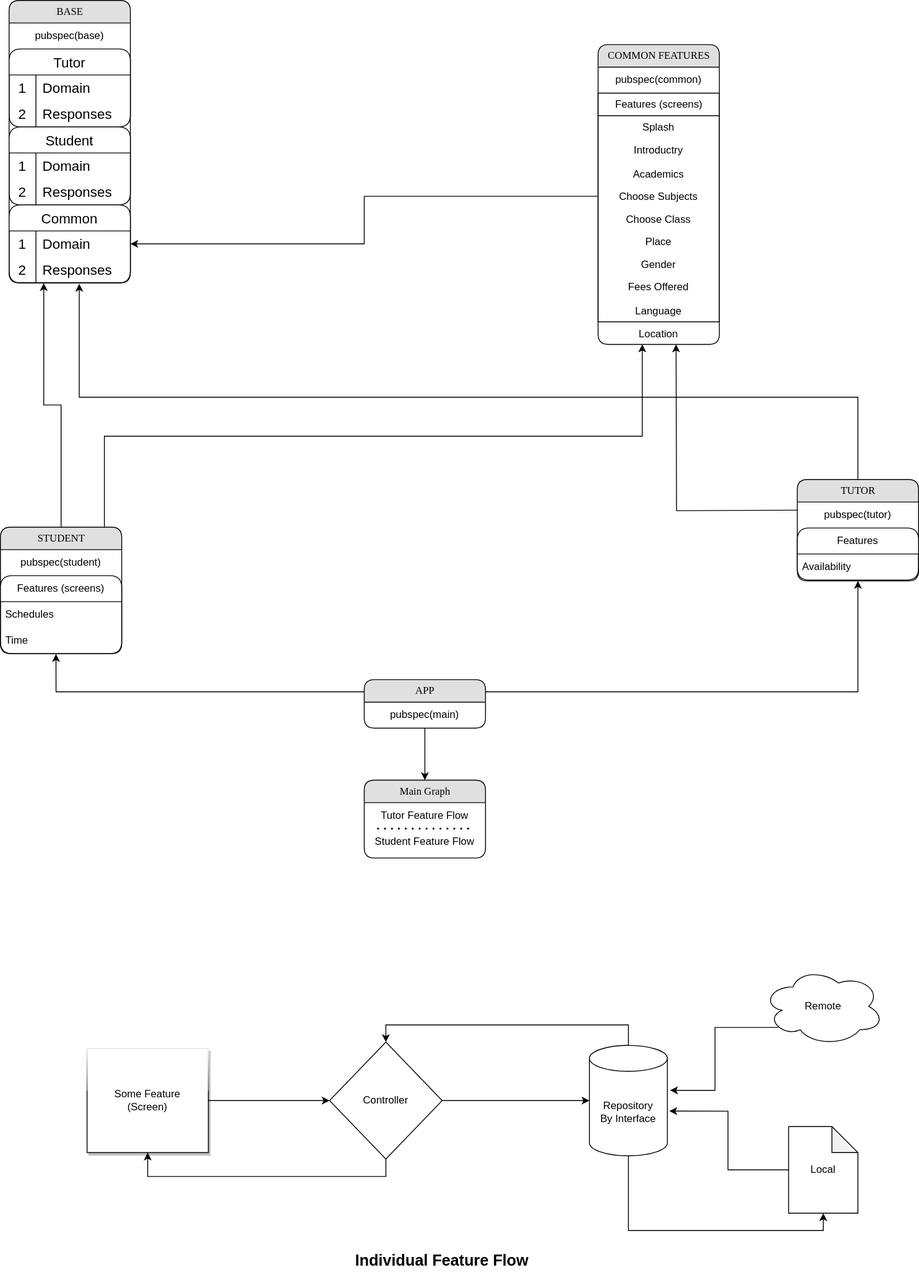
Before: tutor_student_app_architechture.drawio.svg, a diagram exported from draw.io (rohit7823/web_socket_example). Source tidied: cells renumbered, new cells last; positions are measured from the earlier drawing's top-left corner, leaving out a move shared by most shapes.
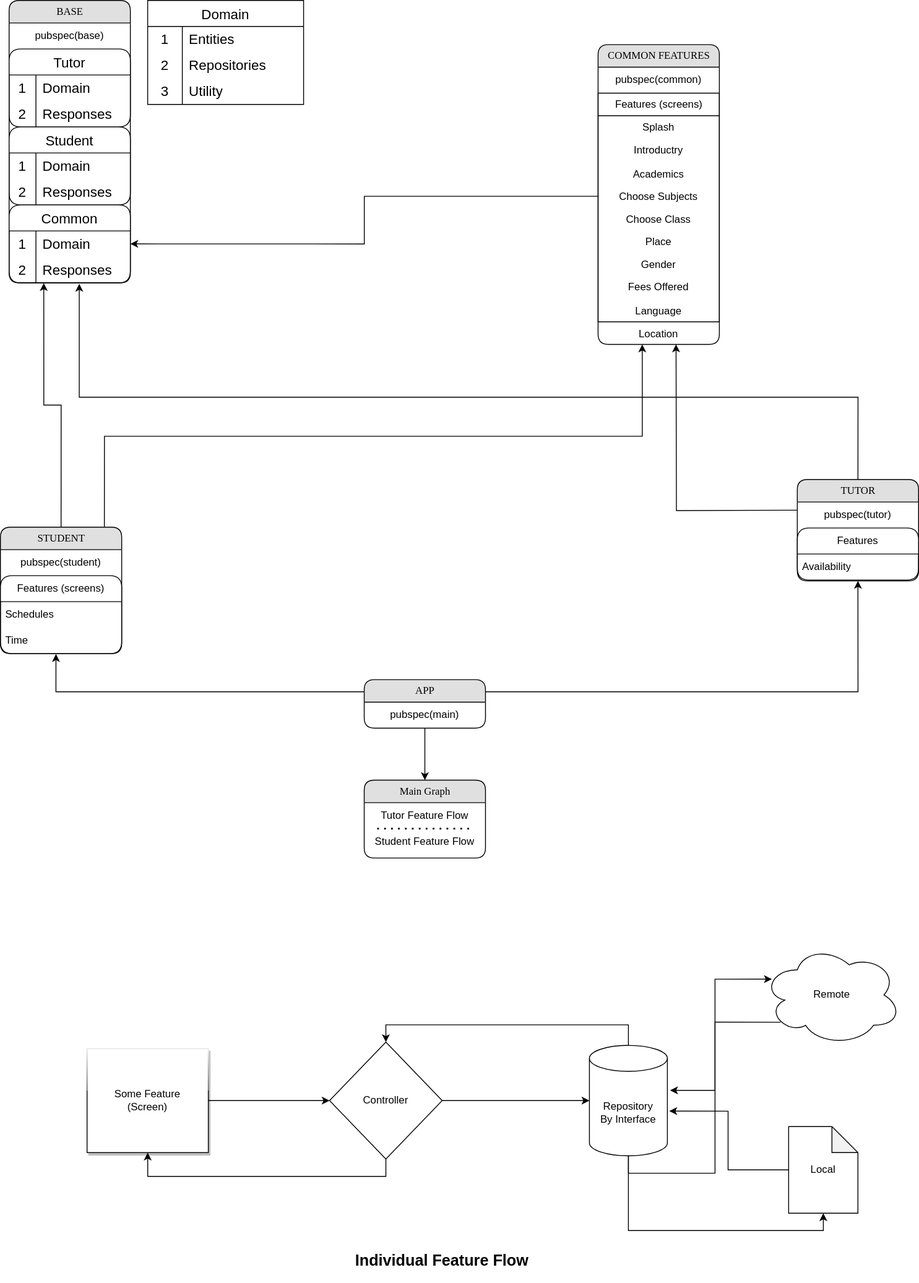
After the commit.

Diff of the diagram source:
```diff
@@ -223,7 +223,7 @@
       <mxGeometry x="680" y="1206.2" width="90" height="127.5" as="geometry" />
     </mxCell>
     <mxCell id="67" value="Remote" style="ellipse;shape=cloud;whiteSpace=wrap;html=1;" parent="1" vertex="1">
-      <mxGeometry x="880" y="1116.2" width="140" height="90" as="geometry" />
+      <mxGeometry x="880" y="1090" width="160" height="116.2" as="geometry" />
     </mxCell>
     <mxCell id="68" value="Local" style="shape=note;whiteSpace=wrap;html=1;backgroundOutline=1;darkOpacity=0.05;" parent="1" vertex="1">
       <mxGeometry x="910" y="1300" width="80" height="100" as="geometry" />
@@ -243,5 +243,38 @@
     <mxCell id="73" style="edgeStyle=orthogonalEdgeStyle;rounded=0;jettySize=auto;html=1;exitX=0.5;exitY=1;exitDx=0;exitDy=0;exitPerimeter=0;entryX=0.5;entryY=1;entryDx=0;entryDy=0;entryPerimeter=0;" parent="1" edge="1" source="66" target="68">
       <mxGeometry relative="1" as="geometry" />
     </mxCell>
+    <mxCell id="74" value="Domain" style="shape=table;startSize=30;rowLines=0;fontStyle=0;strokeColor=default;fontSize=16;" parent="1" vertex="1">
+      <mxGeometry x="170" width="180" height="120" as="geometry" />
+    </mxCell>
+    <mxCell id="75" style="shape=tableRow;horizontal=0;startSize=0;swimlaneHead=0;swimlaneBody=0;top=0;left=0;bottom=0;right=0;fillColor=none;strokeColor=inherit;fontSize=16;" parent="74" vertex="1">
+      <mxGeometry y="30" width="180" height="30" as="geometry" />
+    </mxCell>
+    <mxCell id="76" value="1" style="shape=partialRectangle;html=1;whiteSpace=wrap;fillColor=none;top=0;left=0;bottom=0;right=0;overflow=hidden;strokeColor=inherit;fontSize=16;" parent="75" vertex="1">
+      <mxGeometry width="40" height="30" as="geometry" />
+    </mxCell>
+    <mxCell id="77" value="Entities" style="shape=partialRectangle;html=1;whiteSpace=wrap;fillColor=none;top=0;left=0;bottom=0;right=0;align=left;spacingLeft=6;overflow=hidden;strokeColor=inherit;fontSize=16;" parent="75" vertex="1">
+      <mxGeometry x="40" width="140" height="30" as="geometry" />
+    </mxCell>
+    <mxCell id="78" style="shape=tableRow;horizontal=0;startSize=0;swimlaneHead=0;swimlaneBody=0;top=0;left=0;bottom=0;right=0;fillColor=none;strokeColor=inherit;fontSize=16;" parent="74" vertex="1">
+      <mxGeometry y="60" width="180" height="30" as="geometry" />
+    </mxCell>
+    <mxCell id="79" value="2" style="shape=partialRectangle;html=1;whiteSpace=wrap;fillColor=none;top=0;left=0;bottom=0;right=0;overflow=hidden;strokeColor=inherit;fontSize=16;" parent="78" vertex="1">
+      <mxGeometry width="40" height="30" as="geometry" />
+    </mxCell>
+    <mxCell id="80" value="Repositories" style="shape=partialRectangle;html=1;whiteSpace=wrap;fillColor=none;top=0;left=0;bottom=0;right=0;align=left;spacingLeft=6;overflow=hidden;strokeColor=inherit;fontSize=16;" parent="78" vertex="1">
+      <mxGeometry x="40" width="140" height="30" as="geometry" />
+    </mxCell>
+    <mxCell id="81" style="shape=tableRow;horizontal=0;startSize=0;swimlaneHead=0;swimlaneBody=0;top=0;left=0;bottom=0;right=0;fillColor=none;strokeColor=inherit;fontSize=16;" parent="74" vertex="1">
+      <mxGeometry y="90" width="180" height="30" as="geometry" />
+    </mxCell>
+    <mxCell id="82" value="3" style="shape=partialRectangle;html=1;whiteSpace=wrap;fillColor=none;top=0;left=0;bottom=0;right=0;overflow=hidden;strokeColor=inherit;fontSize=16;" parent="81" vertex="1">
+      <mxGeometry width="40" height="30" as="geometry" />
+    </mxCell>
+    <mxCell id="83" value="Utility" style="shape=partialRectangle;html=1;whiteSpace=wrap;fillColor=none;top=0;left=0;bottom=0;right=0;align=left;spacingLeft=6;overflow=hidden;strokeColor=inherit;fontSize=16;" parent="81" vertex="1">
+      <mxGeometry x="40" width="140" height="30" as="geometry" />
+    </mxCell>
+    <mxCell id="84" style="edgeStyle=orthogonalEdgeStyle;rounded=0;jettySize=auto;html=1;exitX=0.5;exitY=1;exitDx=0;exitDy=0;exitPerimeter=0;entryX=0.066;entryY=0.342;entryDx=0;entryDy=0;entryPerimeter=0;" parent="1" edge="1" source="66" target="67">
+      <mxGeometry relative="1" as="geometry" />
+    </mxCell>
   </root>
 </mxGraphModel>
```
